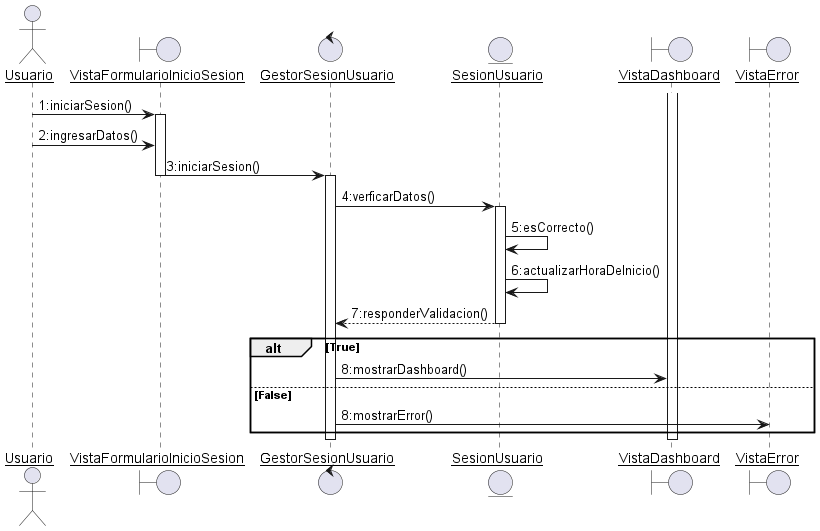
The PlantUML diagram docs/scenariosView/DisciplinaDeDisenio/DiagramaDeSecuenciaIniciarSesion.png in Samantha-Ramirez/ProyectoEquipo7ING, before a commit.
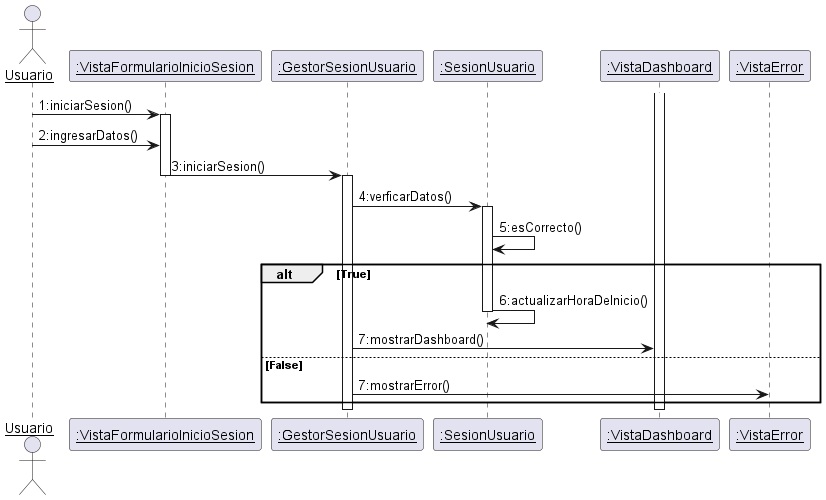
The same diagram one commit later.

Change to the diagram source:
```diff
@@ -2,11 +2,11 @@
 skinparam sequenceParticipant underline
 
 actor Usuario as user
-boundary VistaFormularioInicioSesion
-control GestorSesionUsuario
-entity SesionUsuario
-boundary VistaDashboard
-boundary VistaError
+participant ":VistaFormularioInicioSesion" as VistaFormularioInicioSesion
+participant ":GestorSesionUsuario" as GestorSesionUsuario
+participant ":SesionUsuario" as SesionUsuario
+participant ":VistaDashboard" as VistaDashboard
+participant ":VistaError" as VistaError
 
 
 user -> VistaFormularioInicioSesion : 1:iniciarSesion()
@@ -18,13 +18,12 @@
 GestorSesionUsuario -> SesionUsuario : 4:verficarDatos()
 activate SesionUsuario
 SesionUsuario -> SesionUsuario : 5:esCorrecto()
+alt True
 SesionUsuario -> SesionUsuario : 6:actualizarHoraDeInicio()
-SesionUsuario --> GestorSesionUsuario : 7:responderValidacion()
 deactivate SesionUsuario
-alt True
-GestorSesionUsuario -> VistaDashboard : 8:mostrarDashboard()
+GestorSesionUsuario -> VistaDashboard : 7:mostrarDashboard()
 else False
-GestorSesionUsuario -> VistaError : 8:mostrarError()
+GestorSesionUsuario -> VistaError : 7:mostrarError()
 end
 deactivate GestorSesionUsuario
 activate VistaDashboard
```
